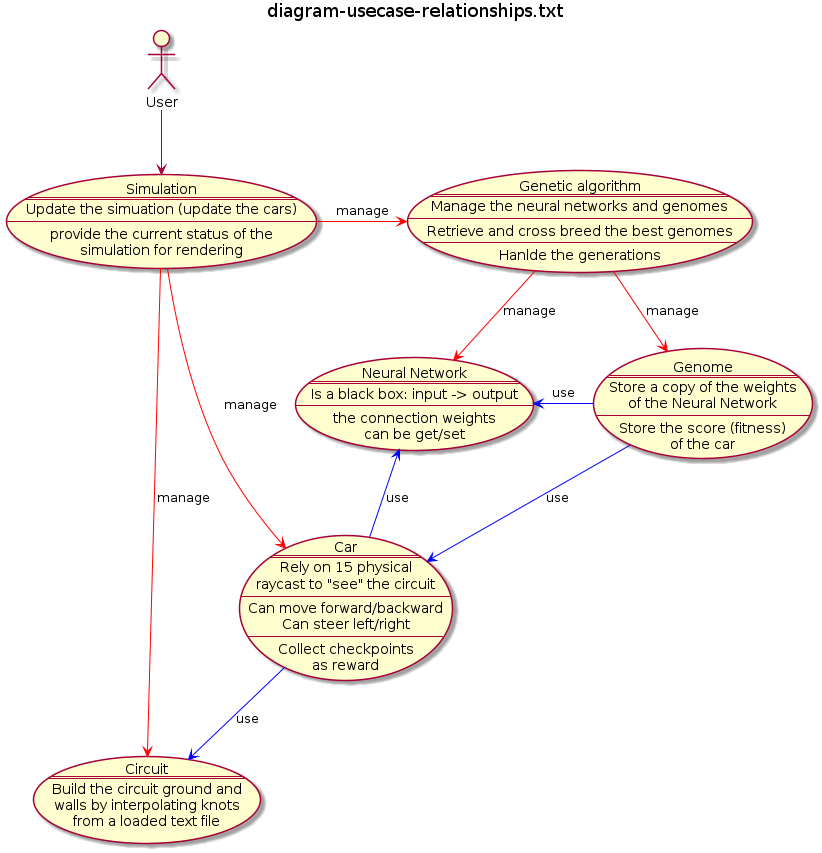
The PlantUML diagram emscripten/bullet/diagrams/diagram-usecase-relationships.png in GuillaumeBouchetEpitech/geneticAlgorithm_experiment, before a commit. Source of this version:
```plantuml
@startuml


title diagram-usecase-relationships.txt


actor User


usecase SIMULATION as "Simulation
====
Update the simuation (update the cars)
--
provide the current status of the
simulation for rendering"



usecase GENETIC_ALGORITHM as "Genetic algorithm
====
Manage the neural networks and genomes
--
Retrieve and cross breed the best genomes
--
Hanlde the generations"



usecase NEURAL_NETWORK as "Neural Network
====
Is a black box: input -> output
--
the connection weights
can be get/set"



usecase GENOME as "Genome
====
Store a copy of the weights
of the Neural Network
--
Store the score (fitness)
of the car"



usecase CAR as "Car
====
Rely on 15 physical
raycast to "see" the circuit
--
Can move forward/backward
Can steer left/right
--
Collect checkpoints
as reward"



usecase CIRCUIT as "Circuit
====
Build the circuit ground and
walls by interpolating knots
from a loaded text file"


User --> SIMULATION
SIMULATION -[#red]right-> GENETIC_ALGORITHM : manage
SIMULATION -[#red]-> CAR : manage
SIMULATION -[#red]-> CIRCUIT : manage
GENETIC_ALGORITHM -[#red]down-> NEURAL_NETWORK : manage
GENETIC_ALGORITHM -[#red]down-> GENOME : manage
GENOME -[#blue]left-> NEURAL_NETWORK : use
GENOME -[#blue]-> CAR : use
CAR -[#blue]-> NEURAL_NETWORK : use
CAR -[#blue]-> CIRCUIT : use



@enduml
```
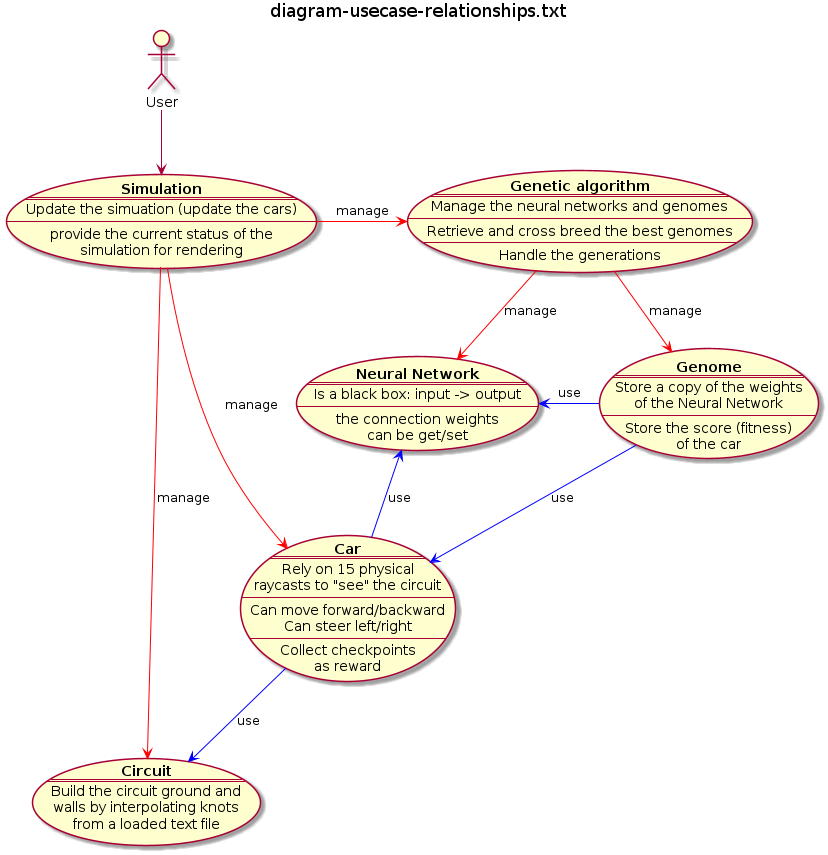
The same file after the commit.

Change to the diagram source:
```diff
@@ -7,7 +7,7 @@
 actor User
 
 
-usecase SIMULATION as "Simulation
+usecase SIMULATION as "<b>Simulation
 ====
 Update the simuation (update the cars)
 --
@@ -16,17 +16,17 @@
 
 
 
-usecase GENETIC_ALGORITHM as "Genetic algorithm
+usecase GENETIC_ALGORITHM as "<b>Genetic algorithm
 ====
 Manage the neural networks and genomes
 --
 Retrieve and cross breed the best genomes
 --
-Hanlde the generations"
+Handle the generations"
 
 
 
-usecase NEURAL_NETWORK as "Neural Network
+usecase NEURAL_NETWORK as "<b>Neural Network
 ====
 Is a black box: input -> output
 --
@@ -35,7 +35,7 @@
 
 
 
-usecase GENOME as "Genome
+usecase GENOME as "<b>Genome
 ====
 Store a copy of the weights
 of the Neural Network
@@ -45,10 +45,10 @@
 
 
 
-usecase CAR as "Car
+usecase CAR as "<b>Car
 ====
 Rely on 15 physical
-raycast to "see" the circuit
+raycasts to "see" the circuit
 --
 Can move forward/backward
 Can steer left/right
@@ -58,7 +58,7 @@
 
 
 
-usecase CIRCUIT as "Circuit
+usecase CIRCUIT as "<b>Circuit
 ====
 Build the circuit ground and
 walls by interpolating knots
```
